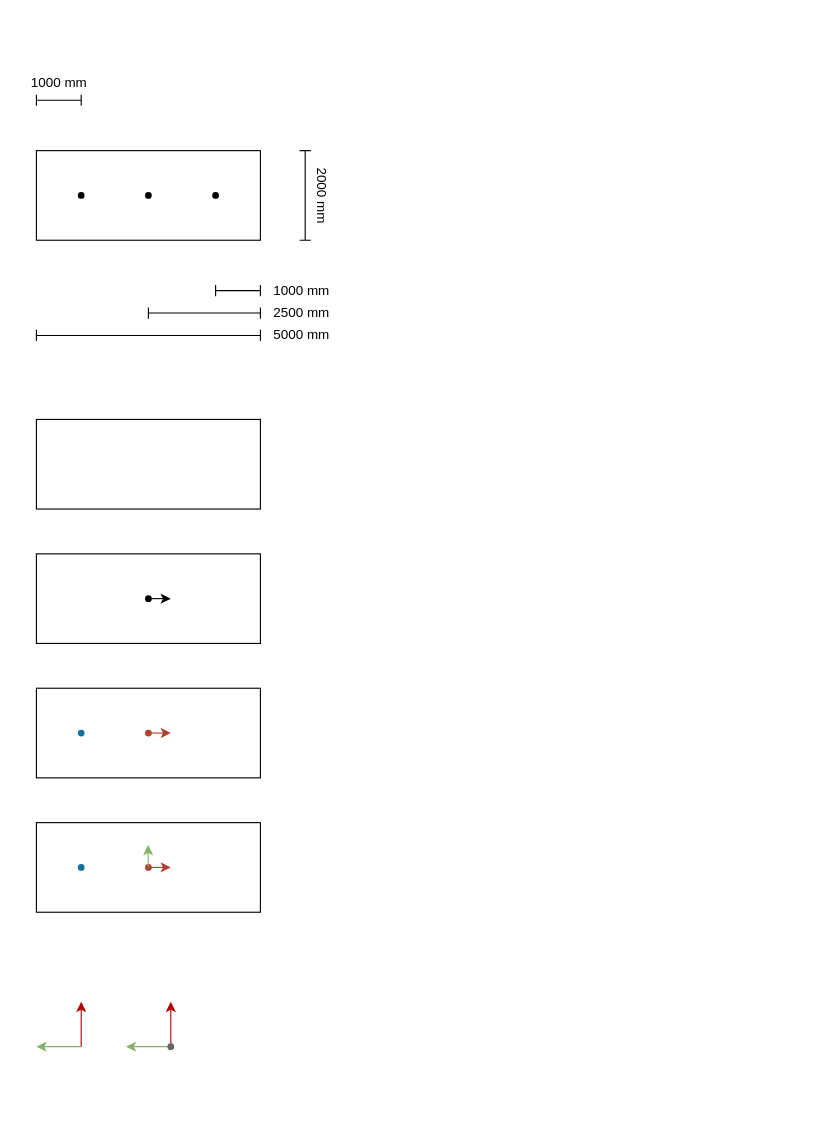
This is page "basic shapes with dimension" (1 of 14) of APA_PATH/20220227_7502_ros_simu_env_parkinglot.assets/ros_sim_env_parkinglot_scenarios.drawio from codeBeefFly/DocsCollection, a draw.io file, before an edit. Source tidied: cells renumbered, new cells numbered last; positions are measured from the earlier drawing's top-left corner, leaving out a move shared by most shapes. Both pictures are drawn from the tidied source at 112%, with x=0, y=0 at pixel (19, 72).
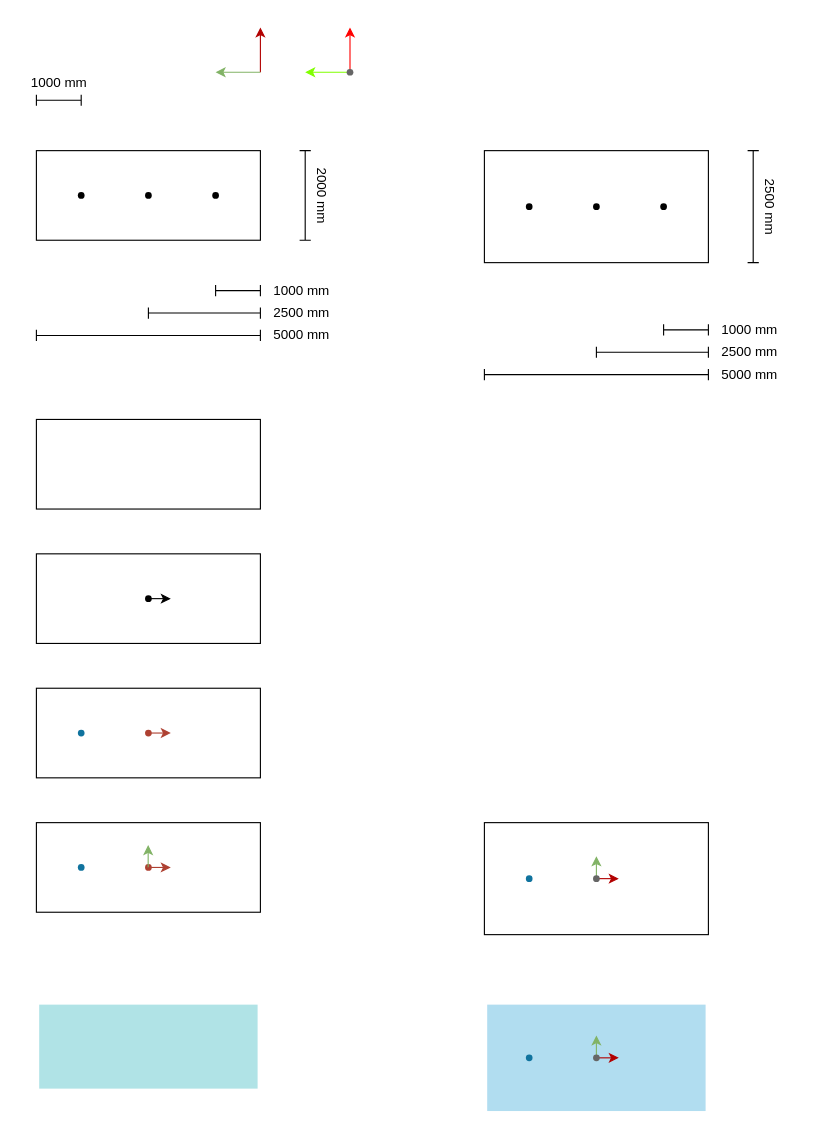
The same diagram, later.

Diff of the diagram source:
```diff
@@
-    <mxCell id="2" style="shape=crossbar;whiteSpace=wrap;html=1;rounded=1;strokeWidth=1;" parent="1" vertex="1">
-      <mxGeometry x="15" y="20" width="40" height="10" as="geometry" />
-    </mxCell>
@@
-    <mxCell id="4" value="1000 mm" style="text;html=1;align=center;verticalAlign=middle;strokeColor=none;fillColor=none;" parent="1" vertex="1">
-      <mxGeometry width="70" height="20" as="geometry" />
-    </mxCell>
@@
-    <mxCell id="20" style="group;" parent="1" vertex="1">
-      <mxGeometry x="15" y="830" width="40" height="40" as="geometry" />
-    </mxCell>
-    <mxCell id="21" style="endArrow=classic;html=1;rounded=0;fillColor=#e51400;strokeColor=#B20000;" parent="20" edge="1">
-      <mxGeometry relative="1" as="geometry">
-        <mxPoint x="40" y="40" as="sourcePoint" />
-        <mxPoint x="40" as="targetPoint" />
-      </mxGeometry>
-    </mxCell>
-    <mxCell id="22" style="endArrow=classic;html=1;rounded=0;fillColor=#d5e8d4;strokeColor=#82b366;gradientColor=#97d077;" parent="20" edge="1">
-      <mxGeometry relative="1" as="geometry">
-        <mxPoint x="40" y="40" as="sourcePoint" />
-        <mxPoint y="40" as="targetPoint" />
-      </mxGeometry>
-    </mxCell>
-    <mxCell id="23" style="group;" parent="1" vertex="1">
-      <mxGeometry x="95" y="830" width="60" height="60" as="geometry" />
-    </mxCell>
-    <mxCell id="24" style="endArrow=classic;html=1;rounded=0;fillColor=#e51400;strokeColor=#B20000;" parent="23" edge="1">
-      <mxGeometry relative="1" as="geometry">
-        <mxPoint x="40" y="40" as="sourcePoint" />
-        <mxPoint x="40" as="targetPoint" />
-      </mxGeometry>
-    </mxCell>
-    <mxCell id="25" style="endArrow=classic;html=1;rounded=0;fillColor=#d5e8d4;strokeColor=#82b366;gradientColor=#97d077;" parent="23" edge="1">
-      <mxGeometry relative="1" as="geometry">
-        <mxPoint x="40" y="40" as="sourcePoint" />
-        <mxPoint y="40" as="targetPoint" />
-      </mxGeometry>
-    </mxCell>
-    <mxCell id="26" style="shape=waypoint;sketch=0;fillStyle=solid;size=6;fillColor=#f5f5f5;perimeter=centerPerimeter;strokeWidth=1;strokeColor=#666666;fontColor=#333333;" parent="23" vertex="1">
-      <mxGeometry x="20" y="20" width="40" height="40" as="geometry" />
-    </mxCell>
@@
+    <mxCell id="38" style="rounded=0;whiteSpace=wrap;html=1;strokeWidth=1;fillColor=none;" parent="1" vertex="1">
+      <mxGeometry x="415" y="70" width="200" height="100" as="geometry" />
+    </mxCell>
+    <mxCell id="39" style="shape=waypoint;sketch=0;fillStyle=solid;size=6;fillColor=none;perimeter=centerPerimeter;strokeWidth=1;" parent="1" vertex="1">
+      <mxGeometry x="495" y="100" width="40" height="40" as="geometry" />
+    </mxCell>
+    <mxCell id="40" style="shape=crossbar;whiteSpace=wrap;html=1;rounded=1;strokeWidth=1;fillColor=none;" parent="1" vertex="1">
+      <mxGeometry x="415" y="265" width="200" height="10" as="geometry" />
+    </mxCell>
+    <mxCell id="41" style="shape=crossbar;whiteSpace=wrap;html=1;rounded=1;strokeWidth=1;fillColor=none;" parent="1" vertex="1">
+      <mxGeometry x="515" y="245" width="100" height="10" as="geometry" />
+    </mxCell>
+    <mxCell id="42" style="shape=crossbar;whiteSpace=wrap;html=1;rounded=1;strokeWidth=1;fillColor=none;" parent="1" vertex="1">
+      <mxGeometry x="575" y="225" width="40" height="10" as="geometry" />
+    </mxCell>
+    <mxCell id="43" value="5000 mm" style="text;html=1;align=left;verticalAlign=middle;strokeColor=none;fillColor=none;" parent="1" vertex="1">
+      <mxGeometry x="625" y="260" width="70" height="20" as="geometry" />
+    </mxCell>
+    <mxCell id="44" value="2500 mm" style="text;html=1;align=left;verticalAlign=middle;strokeColor=none;fillColor=none;" parent="1" vertex="1">
+      <mxGeometry x="625" y="240" width="70" height="20" as="geometry" />
+    </mxCell>
+    <mxCell id="45" value="1000 mm" style="text;html=1;align=left;verticalAlign=middle;strokeColor=none;fillColor=none;" parent="1" vertex="1">
+      <mxGeometry x="625" y="220" width="70" height="20" as="geometry" />
+    </mxCell>
+    <mxCell id="46" style="shape=waypoint;sketch=0;fillStyle=solid;size=6;fillColor=none;perimeter=centerPerimeter;strokeWidth=1;" parent="1" vertex="1">
+      <mxGeometry x="555" y="100" width="40" height="40" as="geometry" />
+    </mxCell>
+    <mxCell id="47" style="shape=waypoint;sketch=0;fillStyle=solid;size=6;fillColor=none;perimeter=centerPerimeter;strokeWidth=1;" parent="1" vertex="1">
+      <mxGeometry x="435" y="100" width="40" height="40" as="geometry" />
+    </mxCell>
+    <mxCell id="48" style="shape=crossbar;whiteSpace=wrap;html=1;rounded=1;strokeWidth=1;fillColor=none;direction=south;" parent="1" vertex="1">
+      <mxGeometry x="650" y="70" width="10" height="100" as="geometry" />
+    </mxCell>
+    <mxCell id="49" value="2500 mm" style="text;html=1;align=center;verticalAlign=middle;strokeColor=none;fillColor=none;rotation=90;" parent="1" vertex="1">
+      <mxGeometry x="635" y="110" width="70" height="20" as="geometry" />
+    </mxCell>
+    <mxCell id="50" style="rounded=0;whiteSpace=wrap;html=1;strokeWidth=1;fillColor=none;" parent="1" vertex="1">
+      <mxGeometry x="415" y="670" width="200" height="100" as="geometry" />
+    </mxCell>
+    <mxCell id="51" style="group;" parent="1" vertex="1">
+      <mxGeometry x="495" y="700" width="40" height="40" as="geometry" />
+    </mxCell>
+    <mxCell id="52" style="endArrow=classic;html=1;rounded=0;fillColor=#e51400;strokeColor=#B20000;" parent="51" edge="1">
+      <mxGeometry relative="1" as="geometry">
+        <mxPoint x="20" y="20" as="sourcePoint" />
+        <mxPoint x="40" y="20" as="targetPoint" />
+      </mxGeometry>
+    </mxCell>
+    <mxCell id="53" style="endArrow=classic;html=1;rounded=0;fillColor=#d5e8d4;strokeColor=#82b366;gradientColor=#97d077;" parent="51" edge="1">
+      <mxGeometry relative="1" as="geometry">
+        <mxPoint x="20" y="20" as="sourcePoint" />
+        <mxPoint x="20" as="targetPoint" />
+      </mxGeometry>
+    </mxCell>
+    <mxCell id="54" style="shape=waypoint;sketch=0;fillStyle=solid;size=6;fillColor=#f5f5f5;perimeter=centerPerimeter;strokeWidth=1;strokeColor=#666666;fontColor=#333333;rotation=90;" parent="51" vertex="1">
+      <mxGeometry width="40" height="40" as="geometry" />
+    </mxCell>
+    <mxCell id="55" style="shape=waypoint;sketch=0;fillStyle=solid;size=6;fillColor=#b1ddf0;perimeter=centerPerimeter;strokeWidth=1;strokeColor=#10739e;" parent="1" vertex="1">
+      <mxGeometry x="435" y="700" width="40" height="40" as="geometry" />
+    </mxCell>
+    <mxCell id="56" style="group;" parent="1" vertex="1">
+      <mxGeometry width="70" height="30" as="geometry" />
+    </mxCell>
+    <mxCell id="2" style="shape=crossbar;whiteSpace=wrap;html=1;rounded=1;strokeWidth=1;" parent="56" vertex="1">
+      <mxGeometry x="15" y="20" width="40" height="10" as="geometry" />
+    </mxCell>
+    <mxCell id="4" value="1000 mm" style="text;html=1;align=center;verticalAlign=middle;strokeColor=none;fillColor=none;" parent="56" vertex="1">
+      <mxGeometry width="70" height="20" as="geometry" />
+    </mxCell>
+    <mxCell id="57" style="group;strokeWidth=5;strokeColor=#FFFFFF;fillColor=#B1DDF0;gradientColor=none;rotation=0;" parent="1" vertex="1">
+      <mxGeometry x="415" y="830" width="200" height="100" as="geometry" />
+    </mxCell>
+    <mxCell id="58" style="rounded=0;whiteSpace=wrap;html=1;strokeWidth=1;fillColor=none;opacity=0;rotation=0;" parent="57" vertex="1">
+      <mxGeometry width="200" height="100" as="geometry" />
+    </mxCell>
+    <mxCell id="59" style="group;rotation=0;" parent="57" vertex="1">
+      <mxGeometry x="80" y="30" width="40" height="40" as="geometry" />
+    </mxCell>
+    <mxCell id="60" style="endArrow=classic;html=1;rounded=0;fillColor=#e51400;strokeColor=#B20000;" parent="59" edge="1">
+      <mxGeometry relative="1" as="geometry">
+        <mxPoint x="20" y="20" as="sourcePoint" />
+        <mxPoint x="40" y="20" as="targetPoint" />
+      </mxGeometry>
+    </mxCell>
+    <mxCell id="61" style="endArrow=classic;html=1;rounded=0;fillColor=#d5e8d4;strokeColor=#82b366;gradientColor=#97d077;" parent="59" edge="1">
+      <mxGeometry relative="1" as="geometry">
+        <mxPoint x="20" y="20" as="sourcePoint" />
+        <mxPoint x="20" as="targetPoint" />
+      </mxGeometry>
+    </mxCell>
+    <mxCell id="62" style="shape=waypoint;sketch=0;fillStyle=solid;size=6;fillColor=#f5f5f5;perimeter=centerPerimeter;strokeWidth=1;strokeColor=#666666;fontColor=#333333;rotation=90;" parent="59" vertex="1">
+      <mxGeometry width="40" height="40" as="geometry" />
+    </mxCell>
+    <mxCell id="63" style="shape=waypoint;sketch=0;fillStyle=solid;size=6;fillColor=#b1ddf0;perimeter=centerPerimeter;strokeWidth=1;strokeColor=#10739e;rotation=0;" parent="57" vertex="1">
+      <mxGeometry x="20" y="30" width="40" height="40" as="geometry" />
+    </mxCell>
+    <mxCell id="64" style="group;" parent="1" vertex="1">
+      <mxGeometry x="175" y="-40" width="40" height="40" as="geometry" />
+    </mxCell>
+    <mxCell id="65" style="endArrow=classic;html=1;rounded=0;fillColor=#e51400;strokeColor=#B20000;" parent="64" edge="1">
+      <mxGeometry relative="1" as="geometry">
+        <mxPoint x="40" y="40" as="sourcePoint" />
+        <mxPoint x="40" as="targetPoint" />
+      </mxGeometry>
+    </mxCell>
+    <mxCell id="66" style="endArrow=classic;html=1;rounded=0;fillColor=#d5e8d4;strokeColor=#82b366;gradientColor=#97d077;" parent="64" edge="1">
+      <mxGeometry relative="1" as="geometry">
+        <mxPoint x="40" y="40" as="sourcePoint" />
+        <mxPoint y="40" as="targetPoint" />
+      </mxGeometry>
+    </mxCell>
+    <mxCell id="67" style="endArrow=classic;html=1;rounded=0;fillColor=#e51400;strokeColor=#FF0000;" parent="1" edge="1">
+      <mxGeometry relative="1" as="geometry">
+        <mxPoint x="295" as="sourcePoint" />
+        <mxPoint x="295" y="-40" as="targetPoint" />
+      </mxGeometry>
+    </mxCell>
+    <mxCell id="68" style="endArrow=classic;html=1;rounded=0;fillColor=#d5e8d4;strokeColor=#80FF00;gradientColor=#97d077;startArrow=none;" parent="1" edge="1" source="69">
+      <mxGeometry relative="1" as="geometry">
+        <mxPoint x="255" as="targetPoint" />
+      </mxGeometry>
+    </mxCell>
+    <mxCell id="69" style="shape=waypoint;sketch=0;fillStyle=solid;size=6;points=[];fillColor=#f5f5f5;perimeter=centerPerimeter;snapToPoint=1;strokeWidth=1;strokeColor=#666666;fontColor=#333333;" parent="1" vertex="1">
+      <mxGeometry x="275" y="-20" width="40" height="40" as="geometry" />
+    </mxCell>
+    <mxCell id="70" style="endArrow=none;html=1;rounded=0;fillColor=#d5e8d4;strokeColor=#80FF00;gradientColor=#97d077;" parent="1" edge="1" target="69">
+      <mxGeometry relative="1" as="geometry">
+        <mxPoint x="295" as="sourcePoint" />
+      </mxGeometry>
+    </mxCell>
+    <mxCell id="71" style="rounded=0;whiteSpace=wrap;html=1;strokeWidth=5;strokeColor=#FFFFFF;fillColor=#b0e3e6;" parent="1" vertex="1">
+      <mxGeometry x="15" y="830" width="200" height="80" as="geometry" />
+    </mxCell>
```
